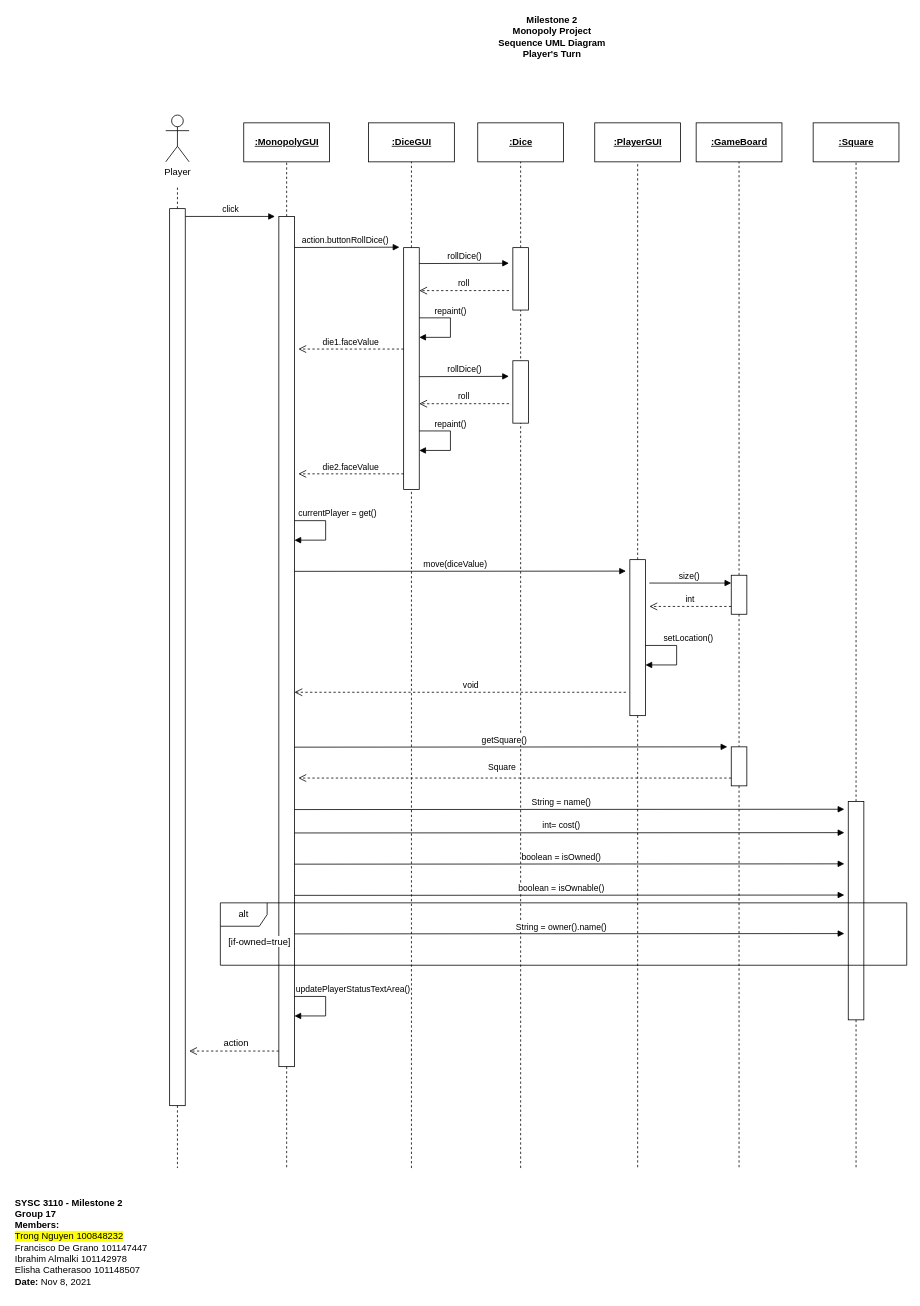
trong0dn/monopoly keeps this draw.io diagram as page "SequenceUML_4" (5 of 5) of M2_ClassUML.drawio. Above is the earlier version. Source tidied: cells renumbered, new cells numbered last; positions are measured from the earlier drawing's top-left corner, leaving out a move shared by most shapes. Both pictures are drawn from the tidied source at 78%, with x=0, y=0 at pixel (13, 13).
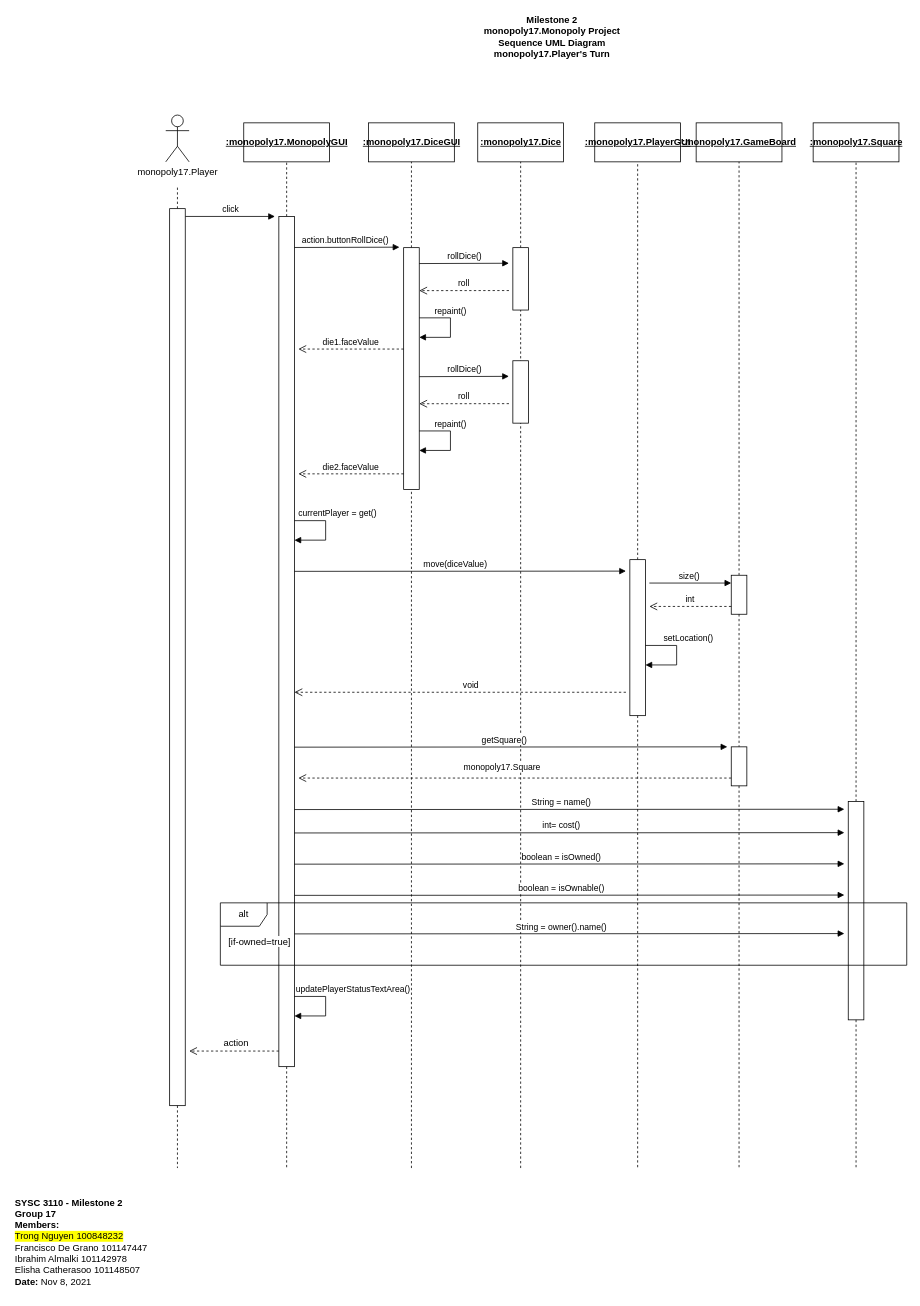
The same diagram, later.

The change refers to these unchanged cells:
```xml
<mxCell id="51" style="html=1;verticalAlign=bottom;endArrow=open;dashed=1;endSize=8;rounded=0;" parent="1" edge="1">
  <mxGeometry relative="1" as="geometry">
    <mxPoint x="920" y="980" as="sourcePoint" />
    <mxPoint x="365" y="980" as="targetPoint" />
  </mxGeometry>
</mxCell>
```

Diff of the diagram source:
```diff
@@
-    <mxCell id="2" value="&lt;b&gt;Milestone 2&lt;br&gt;Monopoly Project&lt;br&gt;Sequence UML Diagram&lt;br&gt;Player's Turn&lt;br&gt;&lt;/b&gt;" style="text;html=1;align=center;verticalAlign=middle;strokeColor=none;fillColor=none;" parent="1" vertex="1">
+    <mxCell id="2" value="&lt;b&gt;Milestone 2&lt;br&gt;monopoly17.Monopoly Project&lt;br&gt;Sequence UML Diagram&lt;br&gt;monopoly17.Player's Turn&lt;br&gt;&lt;/b&gt;" style="text;html=1;align=center;verticalAlign=middle;strokeColor=none;fillColor=none;" parent="1" vertex="1">
       <mxGeometry x="615" width="150" height="60" as="geometry" />
     </mxCell>
@@
-    <mxCell id="4" value="Player" style="shape=umlActor;verticalLabelPosition=bottom;verticalAlign=top;html=1;" parent="1" vertex="1">
+    <mxCell id="4" value="monopoly17.Player" style="shape=umlActor;verticalLabelPosition=bottom;verticalAlign=top;html=1;" parent="1" vertex="1">
       <mxGeometry x="195" y="130" width="30" height="60" as="geometry" />
     </mxCell>
@@
-    <mxCell id="7" value="&lt;b&gt;&lt;u&gt;:MonopolyGUI&lt;/u&gt;&lt;/b&gt;" style="html=1;align=center;" parent="1" vertex="1">
+    <mxCell id="7" value="&lt;b&gt;&lt;u&gt;:monopoly17.MonopolyGUI&lt;/u&gt;&lt;/b&gt;" style="html=1;align=center;" parent="1" vertex="1">
       <mxGeometry x="295" y="140" width="110" height="50" as="geometry" />
     </mxCell>
@@
-    <mxCell id="11" value="&lt;b&gt;&lt;u&gt;:DiceGUI&lt;/u&gt;&lt;/b&gt;" style="html=1;align=center;" parent="1" vertex="1">
+    <mxCell id="11" value="&lt;b&gt;&lt;u&gt;:monopoly17.DiceGUI&lt;/u&gt;&lt;/b&gt;" style="html=1;align=center;" parent="1" vertex="1">
       <mxGeometry x="455" y="140" width="110" height="50" as="geometry" />
     </mxCell>
@@
-    <mxCell id="14" value="&lt;b&gt;&lt;u&gt;:Dice&lt;/u&gt;&lt;/b&gt;" style="html=1;align=center;" parent="1" vertex="1">
+    <mxCell id="14" value="&lt;b&gt;&lt;u&gt;:monopoly17.Dice&lt;/u&gt;&lt;/b&gt;" style="html=1;align=center;" parent="1" vertex="1">
       <mxGeometry x="595" y="140" width="110" height="50" as="geometry" />
     </mxCell>
@@
-    <mxCell id="17" value="&lt;b&gt;&lt;u&gt;:PlayerGUI&lt;/u&gt;&lt;/b&gt;" style="html=1;align=center;" parent="1" vertex="1">
+    <mxCell id="17" value="&lt;b&gt;&lt;u&gt;:monopoly17.PlayerGUI&lt;/u&gt;&lt;/b&gt;" style="html=1;align=center;" parent="1" vertex="1">
       <mxGeometry x="745" y="140" width="110" height="50" as="geometry" />
     </mxCell>
@@
-    <mxCell id="33" value="&lt;b&gt;&lt;u&gt;:GameBoard&lt;/u&gt;&lt;/b&gt;" style="html=1;align=center;" parent="1" vertex="1">
+    <mxCell id="33" value="&lt;b&gt;&lt;u&gt;:monopoly17.GameBoard&lt;/u&gt;&lt;/b&gt;" style="html=1;align=center;" parent="1" vertex="1">
       <mxGeometry x="875" y="140" width="110" height="50" as="geometry" />
     </mxCell>
@@
-    <mxCell id="44" value="&lt;b&gt;&lt;u&gt;:Square&lt;/u&gt;&lt;/b&gt;" style="html=1;align=center;" parent="1" vertex="1">
+    <mxCell id="44" value="&lt;b&gt;&lt;u&gt;:monopoly17.Square&lt;/u&gt;&lt;/b&gt;" style="html=1;align=center;" parent="1" vertex="1">
       <mxGeometry x="1025" y="140" width="110" height="50" as="geometry" />
     </mxCell>
@@
-    <mxCell id="52" value="Square" style="edgeLabel;html=1;align=center;verticalAlign=middle;" parent="51" vertex="1">
+    <mxCell id="52" value="monopoly17.Square" style="edgeLabel;html=1;align=center;verticalAlign=middle;" parent="51" vertex="1">
       <mxGeometry x="-0.06" y="-3" relative="1" as="geometry">
         <mxPoint x="-34" y="-12" as="offset" />
       </mxGeometry>
     </mxCell>
```
